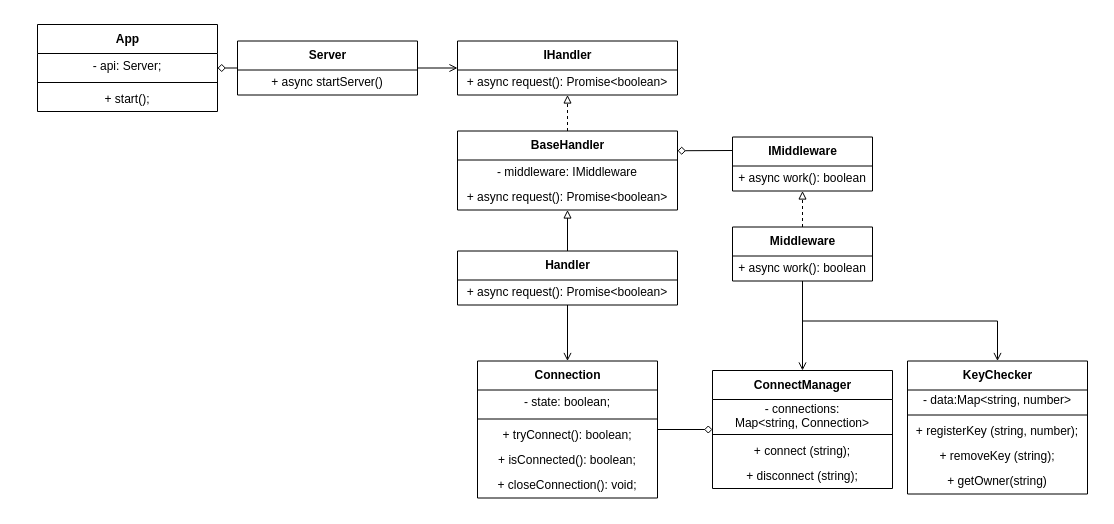
Before: docs/diagrams/uml.drawio in kalashkovpaul/bmstu-db-cw, a draw.io diagram. Source tidied: cells renumbered, new cells numbered last; positions are measured from the earlier drawing's top-left corner, leaving out a move shared by most shapes. Both pictures are drawn from the tidied source at 100%, with x=0, y=0 at pixel (17, 17).
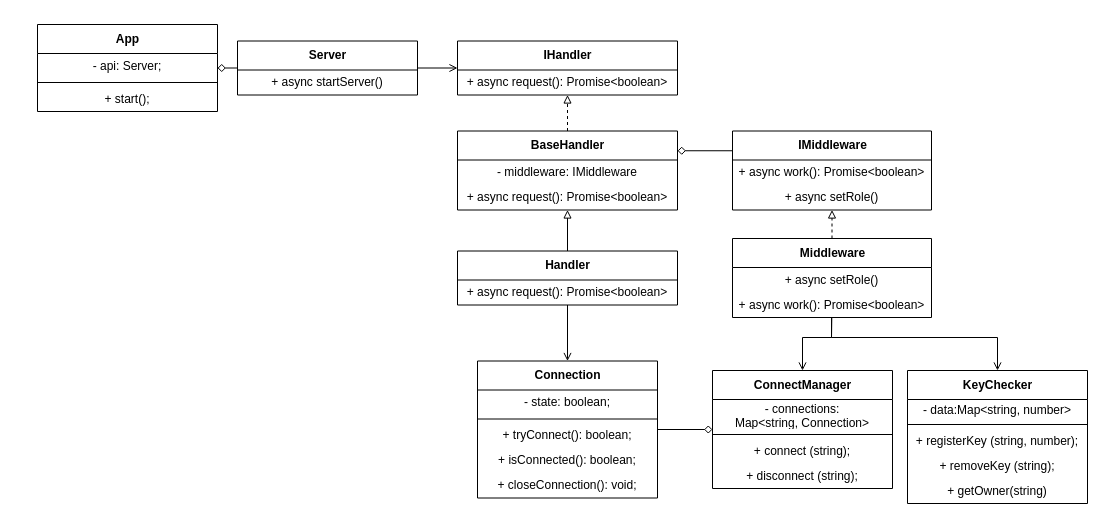
The same diagram, later.

Unchanged cells that the change refers to:
```xml
<mxCell id="27" value="ConnectManager" style="swimlane;fontStyle=1;align=center;verticalAlign=middle;horizontal=1;startSize=29;html=1;" parent="1" vertex="1">
  <mxGeometry x="695" y="353" width="180" height="118" as="geometry" />
</mxCell>
```

The edit, as a diff of the source:
```diff
@@
     <mxCell id="3" value="IMiddleware" style="swimlane;fontStyle=1;align=center;verticalAlign=middle;horizontal=1;startSize=29;html=1;" parent="1" vertex="1">
-      <mxGeometry x="715" y="119.5" width="140" height="54" as="geometry" />
+      <mxGeometry x="715" y="113.5" width="199" height="79" as="geometry" />
     </mxCell>
+    <mxCell id="47" value="+ async work(): Promise&amp;lt;boolean&amp;gt;" style="text;html=1;strokeColor=none;fillColor=none;align=center;verticalAlign=middle;spacingLeft=4;spacingRight=4;overflow=hidden;" parent="3" vertex="1">
+      <mxGeometry y="29" width="199" height="25" as="geometry" />
+    </mxCell>
-    <mxCell id="4" value="+ async work(): boolean" style="text;html=1;strokeColor=none;fillColor=none;align=center;verticalAlign=middle;spacingLeft=4;spacingRight=4;overflow=hidden;" parent="3" vertex="1">
-      <mxGeometry y="29" width="140" height="25" as="geometry" />
+    <mxCell id="4" value="+ async setRole()" style="text;html=1;strokeColor=none;fillColor=none;align=center;verticalAlign=middle;spacingLeft=4;spacingRight=4;overflow=hidden;" parent="3" vertex="1">
+      <mxGeometry y="54" width="199" height="25" as="geometry" />
     </mxCell>
@@
-    <mxCell id="6" style="edgeStyle=none;html=1;entryX=0.5;entryY=0;entryDx=0;entryDy=0;startArrow=none;startFill=0;endArrow=open;endFill=0;" parent="1" edge="1" source="8" target="27">
-      <mxGeometry relative="1" as="geometry" />
+    <mxCell id="6" style="edgeStyle=none;html=1;entryX=0.5;entryY=0;entryDx=0;entryDy=0;startArrow=none;startFill=0;endArrow=open;endFill=0;rounded=0;" parent="1" edge="1" source="8" target="27">
+      <mxGeometry relative="1" as="geometry">
+        <Array as="points">
+          <mxPoint x="814" y="320" />
+          <mxPoint x="785" y="320" />
+        </Array>
+      </mxGeometry>
     </mxCell>
     <mxCell id="7" style="edgeStyle=none;html=1;startArrow=none;startFill=0;endArrow=open;endFill=0;rounded=0;" parent="1" edge="1" source="8" target="32">
       <mxGeometry relative="1" as="geometry">
         <Array as="points">
-          <mxPoint x="785" y="303.5" />
-          <mxPoint x="980" y="303.5" />
+          <mxPoint x="814" y="320" />
+          <mxPoint x="980" y="320" />
         </Array>
       </mxGeometry>
     </mxCell>
     <mxCell id="8" value="Middleware" style="swimlane;fontStyle=1;align=center;verticalAlign=middle;horizontal=1;startSize=29;html=1;" parent="1" vertex="1">
-      <mxGeometry x="715" y="209.5" width="140" height="54" as="geometry" />
+      <mxGeometry x="715" y="221" width="199" height="79" as="geometry" />
     </mxCell>
+    <mxCell id="48" value="+ async setRole()" style="text;html=1;strokeColor=none;fillColor=none;align=center;verticalAlign=middle;spacingLeft=4;spacingRight=4;overflow=hidden;" parent="8" vertex="1">
+      <mxGeometry y="29" width="199" height="25" as="geometry" />
+    </mxCell>
-    <mxCell id="9" value="+ async work(): boolean" style="text;html=1;strokeColor=none;fillColor=none;align=center;verticalAlign=middle;spacingLeft=4;spacingRight=4;overflow=hidden;" parent="8" vertex="1">
-      <mxGeometry y="29" width="140" height="25" as="geometry" />
+    <mxCell id="9" value="+ async work(): Promise&amp;lt;boolean&amp;gt;" style="text;html=1;strokeColor=none;fillColor=none;align=center;verticalAlign=middle;spacingLeft=4;spacingRight=4;overflow=hidden;" parent="8" vertex="1">
+      <mxGeometry y="54" width="199" height="25" as="geometry" />
     </mxCell>
@@
     <mxCell id="32" value="KeyChecker" style="swimlane;fontStyle=1;align=center;verticalAlign=middle;horizontal=1;startSize=29;html=1;" parent="1" vertex="1">
-      <mxGeometry x="890" y="343.5" width="180" height="133" as="geometry" />
+      <mxGeometry x="890" y="353" width="180" height="133" as="geometry" />
     </mxCell>
```
